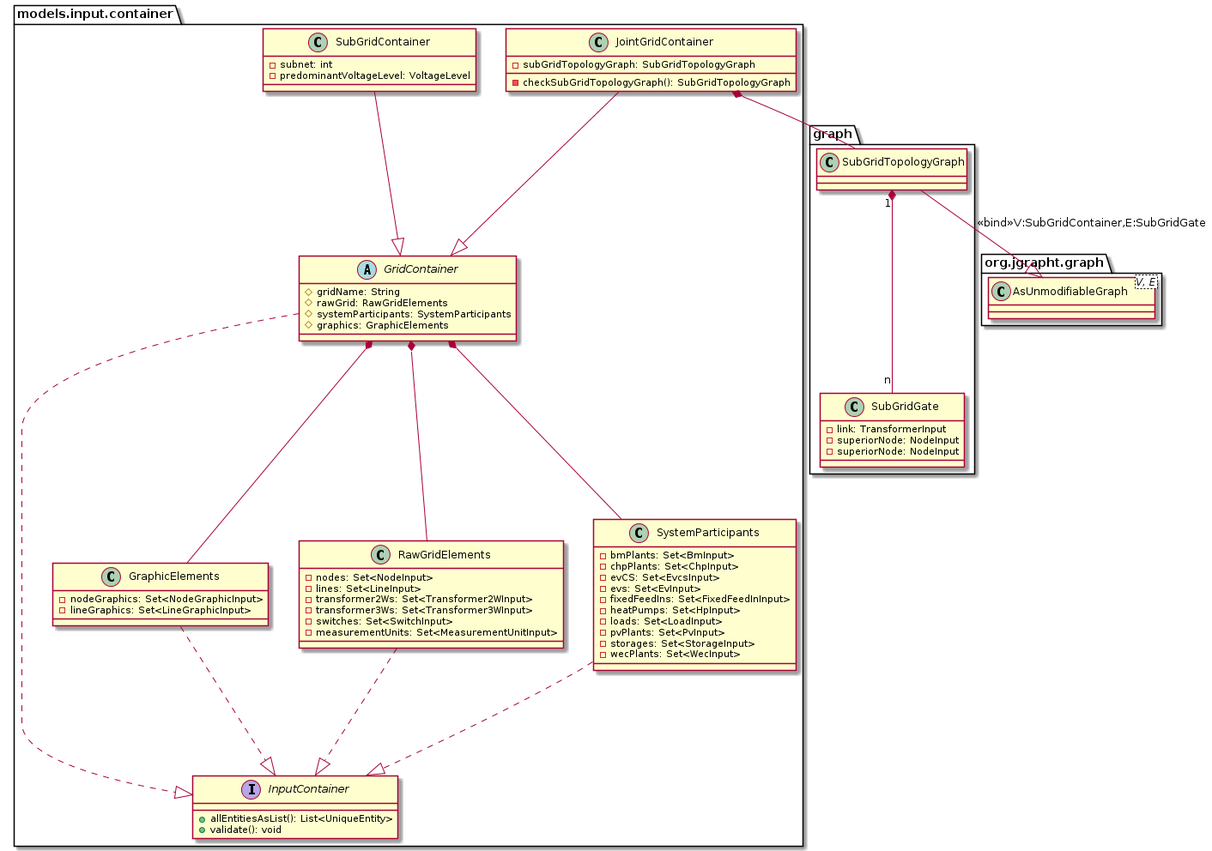
Before: docs/readthedocs/_static/figures/uml/ModelContainerConcept.png, a diagram exported from PlantUML (ie3-institute/PowerSystemDataModel).
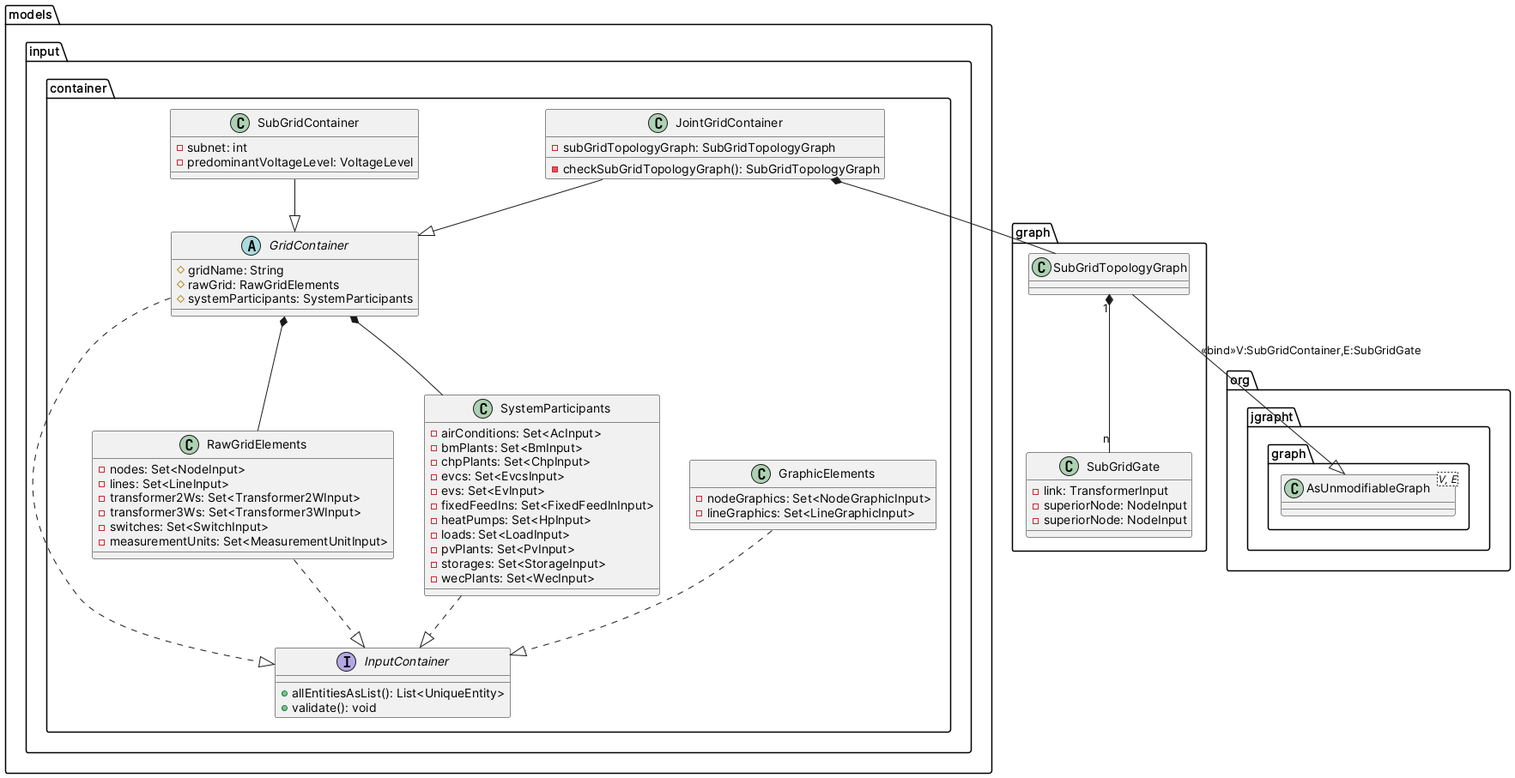
Above is the later version.

What changed in the source:
```diff
@@ -40,9 +40,10 @@
     RawGridElements ..|> InputContainer
 
     class SystemParticipants {
+        - airConditions: Set<AcInput>
         - bmPlants: Set<BmInput>
         - chpPlants: Set<ChpInput>
-        - evCS: Set<EvcsInput>
+        - evcs: Set<EvcsInput>
         - evs: Set<EvInput>
         - fixedFeedIns: Set<FixedFeedInInput>
         - heatPumps: Set<HpInput>
@@ -57,12 +58,10 @@
         # gridName: String
         # rawGrid: RawGridElements
         # systemParticipants: SystemParticipants
-        # graphics: GraphicElements
     }
     GridContainer ..|> InputContainer
     GridContainer *-- RawGridElements
     GridContainer *-- SystemParticipants
-    GridContainer *-- GraphicElements
 
     class JointGridContainer {
         - subGridTopologyGraph: SubGridTopologyGraph
```
